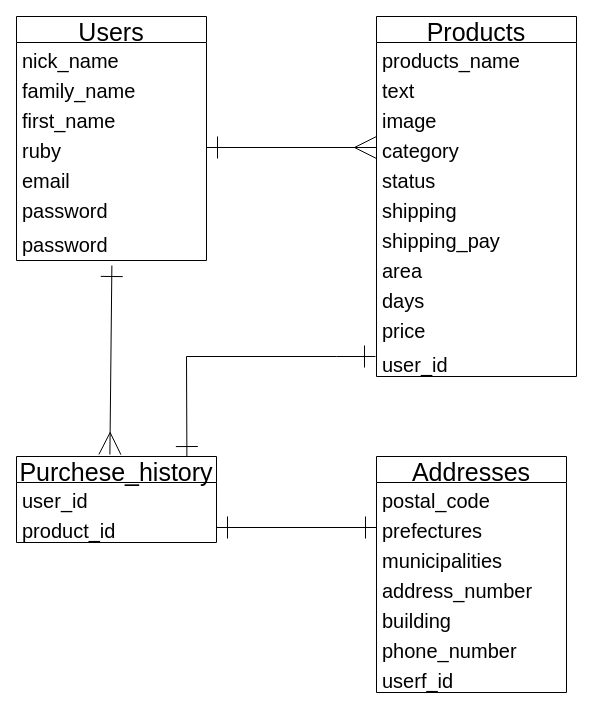
Before: figure.dio in shige1128/furima-30933, a draw.io diagram. Source tidied: cells renumbered, new cells numbered last; positions are measured from the earlier drawing's top-left corner, leaving out a move shared by most shapes. Both pictures are drawn from the tidied source at 100%, with x=0, y=0 at pixel (16, 16).
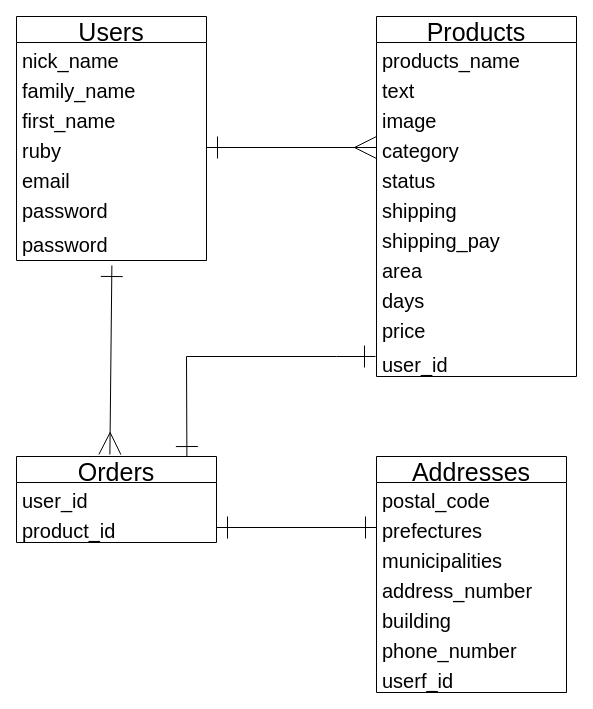
Above is the later version.

The edit, as a diff of the source:
```diff
@@
-    <mxCell id="32" value="Purchese_history" style="swimlane;fontStyle=0;horizontal=1;startSize=26;align=center;fontSize=25;" parent="1" vertex="1">
+    <mxCell id="32" value="Orders" style="swimlane;fontStyle=0;horizontal=1;startSize=26;align=center;fontSize=25;" parent="1" vertex="1">
       <mxGeometry y="440" width="200" height="86" as="geometry" />
     </mxCell>
```
